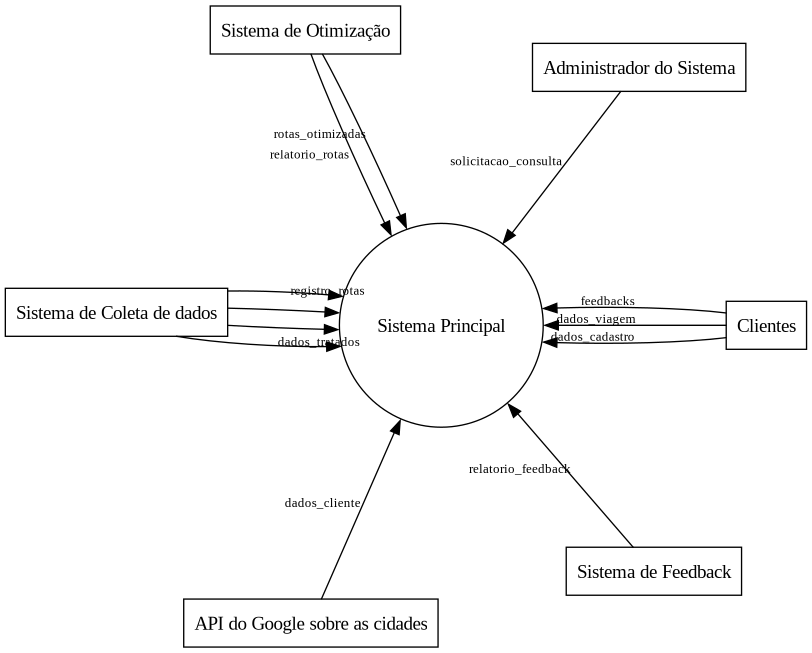
This is Relatório/Semana-1/Diagramas/DFD0.png from pedrodilallo/site_turismo_SIG, a Graphviz export, as it was before one commit. Its source is kept beside it as Relatório/Semana-1/Diagramas/DFD0.gv.
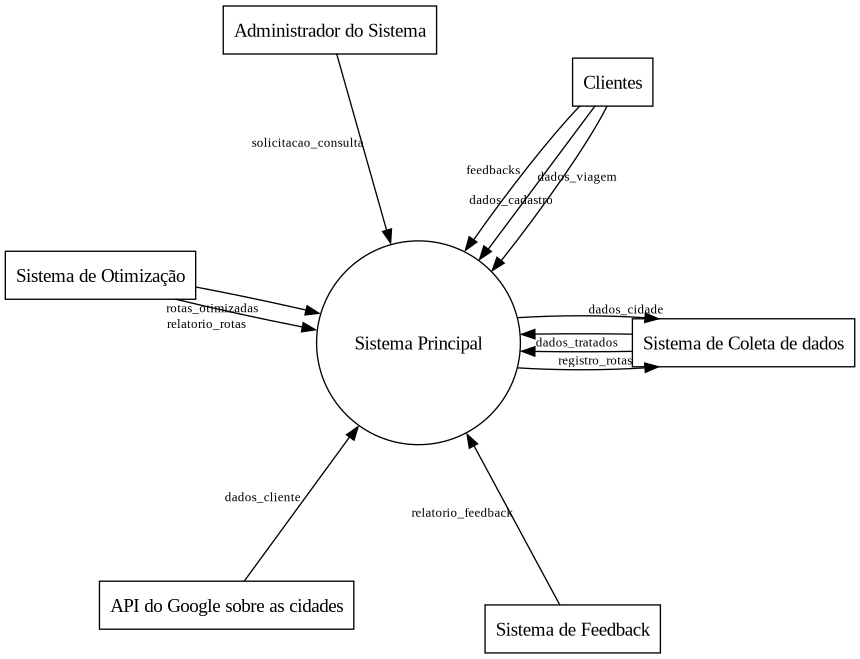
Above is the later version.

Diff of the diagram source:
```diff
@@ -2,7 +2,7 @@
 digraph dfd_nivel0 {
     layout=circo
     splines=true; esep=4;
-    edge[style=solid, penwidth="1", fontsize=10,labeldistance=1];
+    edge[style=solid, penwidth="1", fontsize=10,labeldistance=0];
     node[shape = record]
 
 
@@ -20,7 +20,6 @@
     feedback [label="Sistema de Feedback"]
 
 
-
     cliente -> sistema[label="dados_cadastro"]
     cliente -> sistema[label="feedbacks"]
     cliente -> sistema[label="dados_viagem"]
@@ -30,14 +29,16 @@
     otimizador -> sistema[label="rotas_otimizadas"]
     otimizador -> sistema[label="relatorio_rotas"]
 
-    coletador -> sistema[headlabel="registro_rotas   "]
-    coletador -> sistema[headlabel="dados_tratados       "]
-    coletador -> sistema[headlabel=""]
-    coletador -> sistema[headlabel=""]
+    coletador -> sistema[label="registro_rotas"]
+    coletador -> sistema[label="dados_tratados"]
 
     API -> sistema[label="dados_cliente"]
 
     feedback -> sistema[label="relatorio_feedback"]
 
+
+    sistema -> coletador[label="dados_cidade"]
+    sistema -> coletador[label=""]
+
 }
 @enduml
```
